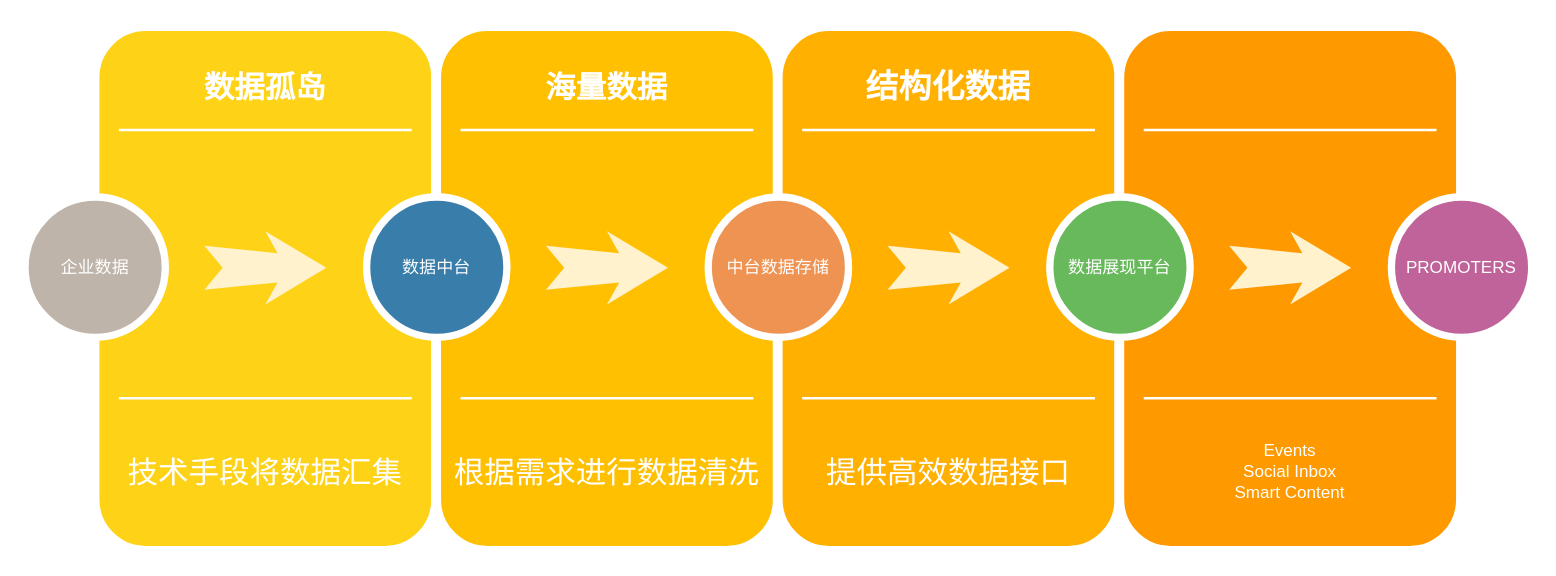
Earlier version of the draw.io diagram Untitled Diagram.drawio (pyunqi/drawGram). Source tidied: cells renumbered, new cells numbered last; positions are measured from the earlier drawing's top-left corner, leaving out a move shared by most shapes. Both pictures are drawn from the tidied source at 122%, with x=0, y=0 at pixel (24, 26).
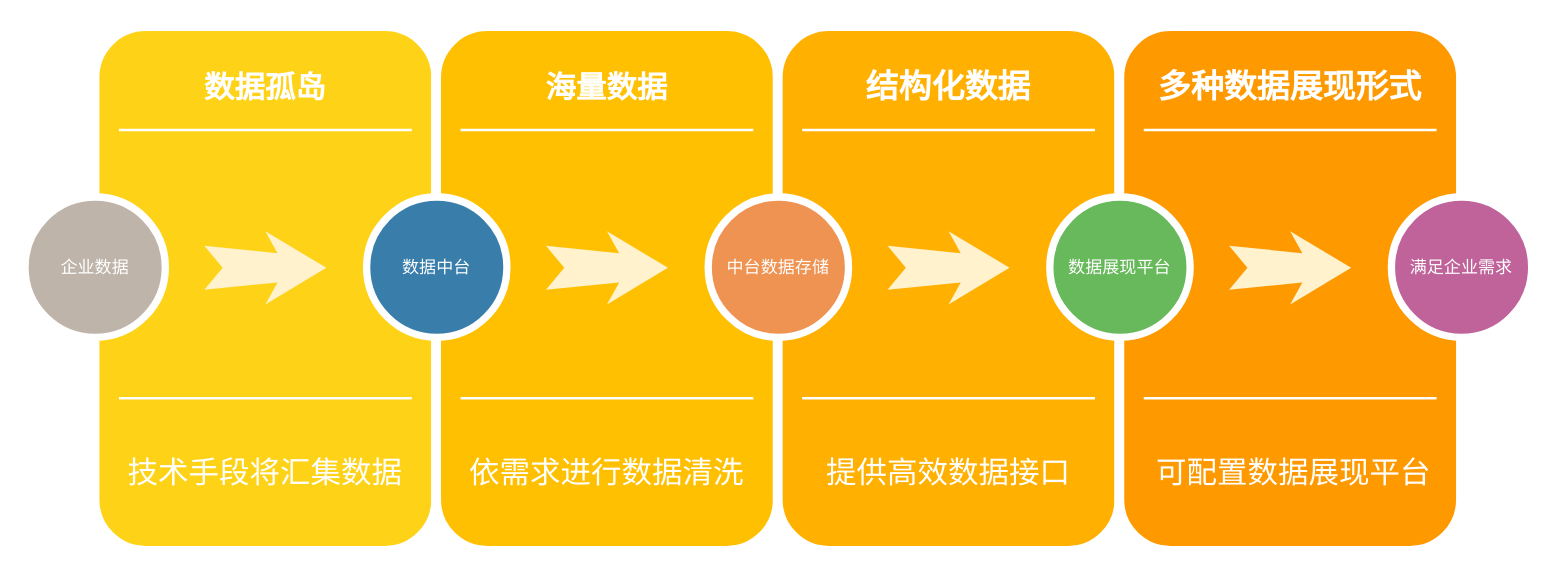
The same diagram, later.

Commit message:
express whole work flow

What changed in the source:
```diff
@@
-    <mxCell id="4" value="&lt;font style=&quot;font-size: 25px;&quot;&gt;技术手段将数据汇集&lt;/font&gt;" style="text;html=1;strokeColor=none;fillColor=none;align=center;verticalAlign=middle;whiteSpace=wrap;rounded=0;shadow=0;fontSize=14;fontColor=#FFFFFF;" parent="1" vertex="1">
+    <mxCell id="4" value="&lt;font style=&quot;font-size: 25px;&quot;&gt;技术手段将汇集数据&lt;/font&gt;" style="text;html=1;strokeColor=none;fillColor=none;align=center;verticalAlign=middle;whiteSpace=wrap;rounded=0;shadow=0;fontSize=14;fontColor=#FFFFFF;" parent="1" vertex="1">
       <mxGeometry x="57" y="320" width="280" height="90" as="geometry" />
     </mxCell>
@@
-    <mxCell id="11" value="&lt;font style=&quot;font-size: 25px;&quot;&gt;根据需求进行数据清洗&lt;/font&gt;" style="text;html=1;strokeColor=none;fillColor=none;align=center;verticalAlign=middle;whiteSpace=wrap;rounded=0;shadow=0;fontSize=14;fontColor=#FFFFFF;" parent="1" vertex="1">
+    <mxCell id="11" value="&lt;font style=&quot;font-size: 25px;&quot;&gt;依需求进行数据清洗&lt;/font&gt;" style="text;html=1;strokeColor=none;fillColor=none;align=center;verticalAlign=middle;whiteSpace=wrap;rounded=0;shadow=0;fontSize=14;fontColor=#FFFFFF;" parent="1" vertex="1">
       <mxGeometry x="337" y="320" width="280" height="90" as="geometry" />
     </mxCell>
@@
-    <mxCell id="24" value="Events&lt;div&gt;Social Inbox&lt;/div&gt;&lt;div&gt;Smart Content&lt;/div&gt;" style="text;html=1;strokeColor=none;fillColor=none;align=center;verticalAlign=middle;whiteSpace=wrap;rounded=0;shadow=0;fontSize=14;fontColor=#FFFFFF;" parent="1" vertex="1">
-      <mxGeometry x="897" y="320" width="280" height="90" as="geometry" />
+    <mxCell id="24" value="&lt;font style=&quot;font-size: 25px;&quot;&gt;可配置数据展现平台&lt;/font&gt;" style="text;html=1;strokeColor=none;fillColor=none;align=center;verticalAlign=middle;whiteSpace=wrap;rounded=0;shadow=0;fontSize=14;fontColor=#FFFFFF;" parent="1" vertex="1">
+      <mxGeometry x="917" y="320" width="246" height="90" as="geometry" />
     </mxCell>
@@
-    <mxCell id="29" value="PROMOTERS" style="ellipse;whiteSpace=wrap;html=1;rounded=0;shadow=0;strokeWidth=6;fontSize=14;align=center;fillColor=#BF639A;strokeColor=#FFFFFF;fontColor=#FFFFFF;" parent="1" vertex="1">
+    <mxCell id="29" value="满足企业需求" style="ellipse;whiteSpace=wrap;html=1;rounded=0;shadow=0;strokeWidth=6;fontSize=14;align=center;fillColor=#BF639A;strokeColor=#FFFFFF;fontColor=#FFFFFF;" parent="1" vertex="1">
       <mxGeometry x="1120" y="140" width="115" height="115" as="geometry" />
     </mxCell>
+    <mxCell id="30" value="多种数据展现形式" style="text;html=1;strokeColor=none;fillColor=none;align=center;verticalAlign=middle;whiteSpace=wrap;rounded=0;shadow=0;fontSize=27;fontColor=#FFFFFF;fontStyle=1;" parent="1" vertex="1">
+      <mxGeometry x="917" y="20" width="240" height="60" as="geometry" />
+    </mxCell>
```
